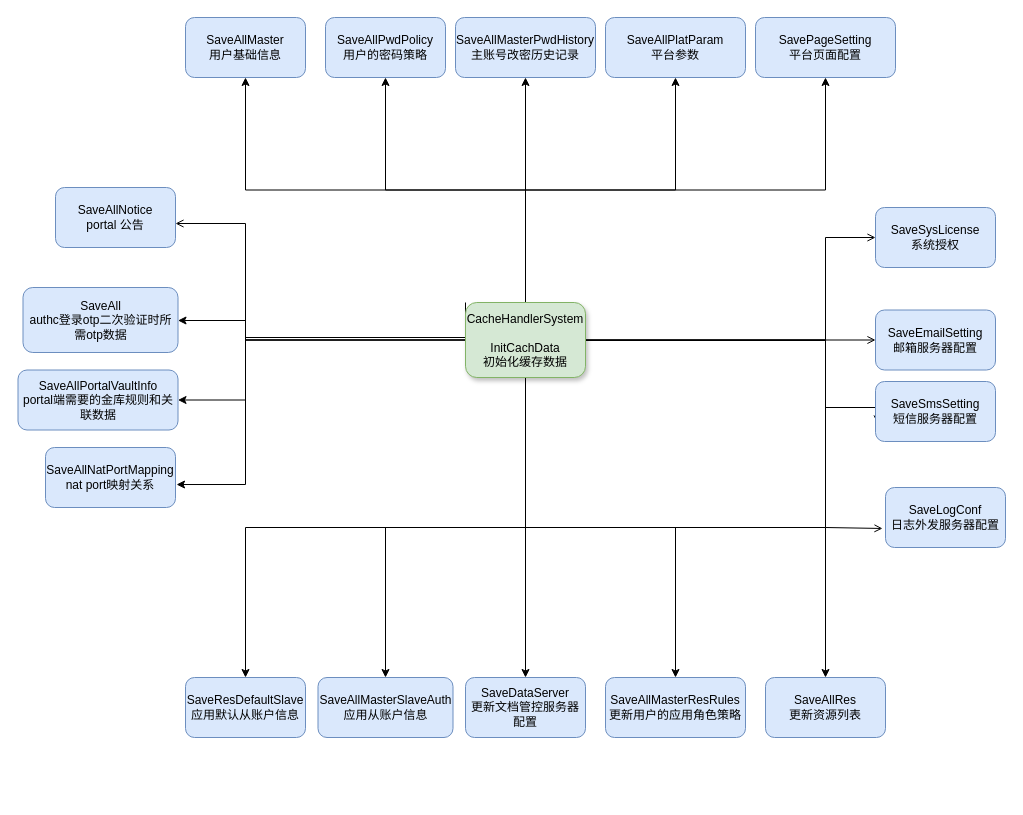
Above: page "缓存初始化" (3 of 18) of cachehandlersystem_消息订阅.drawio in DeanYang121/typora_images (draw.io), before the change. Source tidied: cells renumbered, new cells numbered last; positions are measured from the earlier drawing's top-left corner, leaving out a move shared by most shapes. Both pictures are drawn from the tidied source at 100%, with x=0, y=0 at pixel (17, 17).
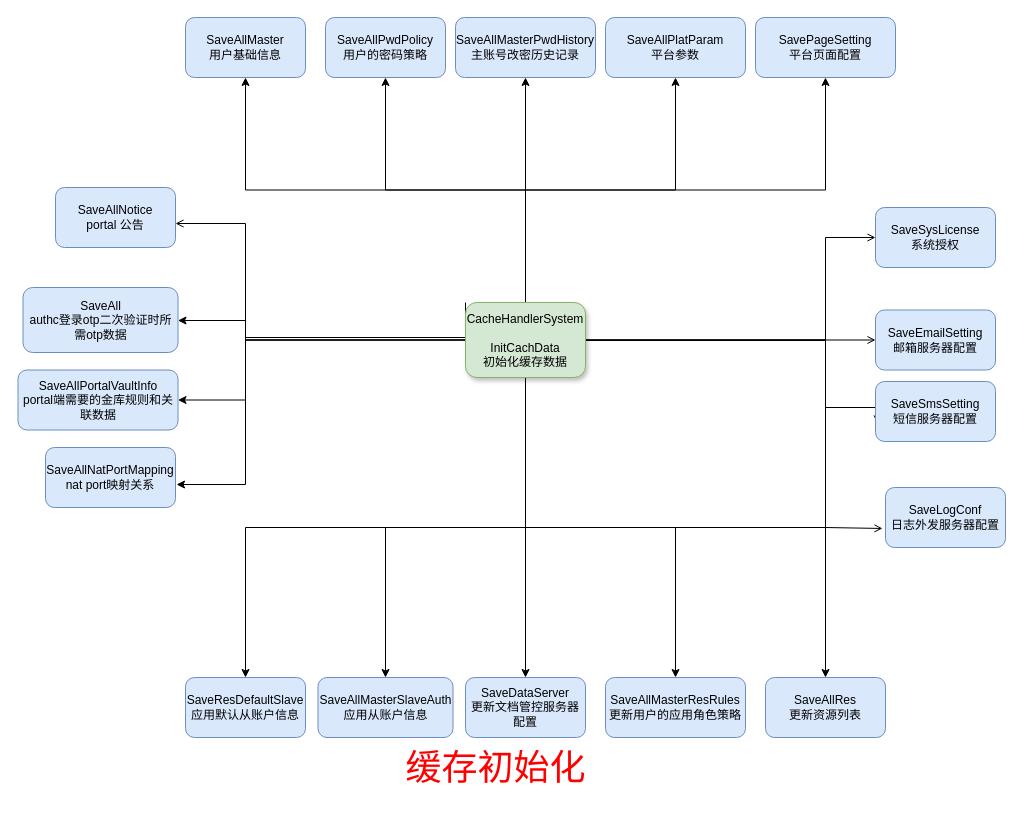
The same diagram, later.

What changed in the source:
```diff
@@
+    <mxCell id="39" value="缓存初始化" style="text;html=1;align=center;verticalAlign=middle;strokeColor=none;fillColor=none;fontSize=36;fontColor=#FF0000;" parent="1" vertex="1">
+      <mxGeometry x="378" y="720" width="200" height="60" as="geometry" />
+    </mxCell>
```
